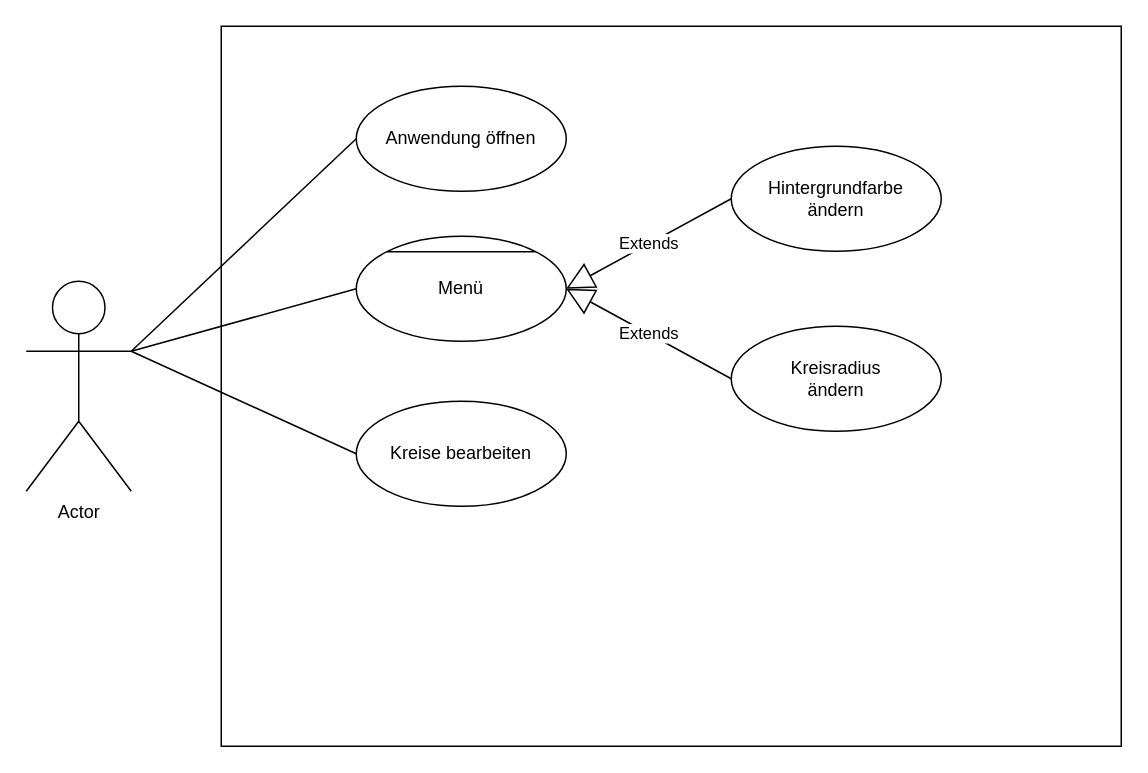
Before: UseCase.drawio in MandyMINF/JavaAWT_Aufgabe2_ST, a draw.io diagram. Source tidied: cells renumbered, new cells numbered last; positions are measured from the earlier drawing's top-left corner, leaving out a move shared by most shapes. Both pictures are drawn from the tidied source at 150%, with x=0, y=0 at pixel (26, 26).
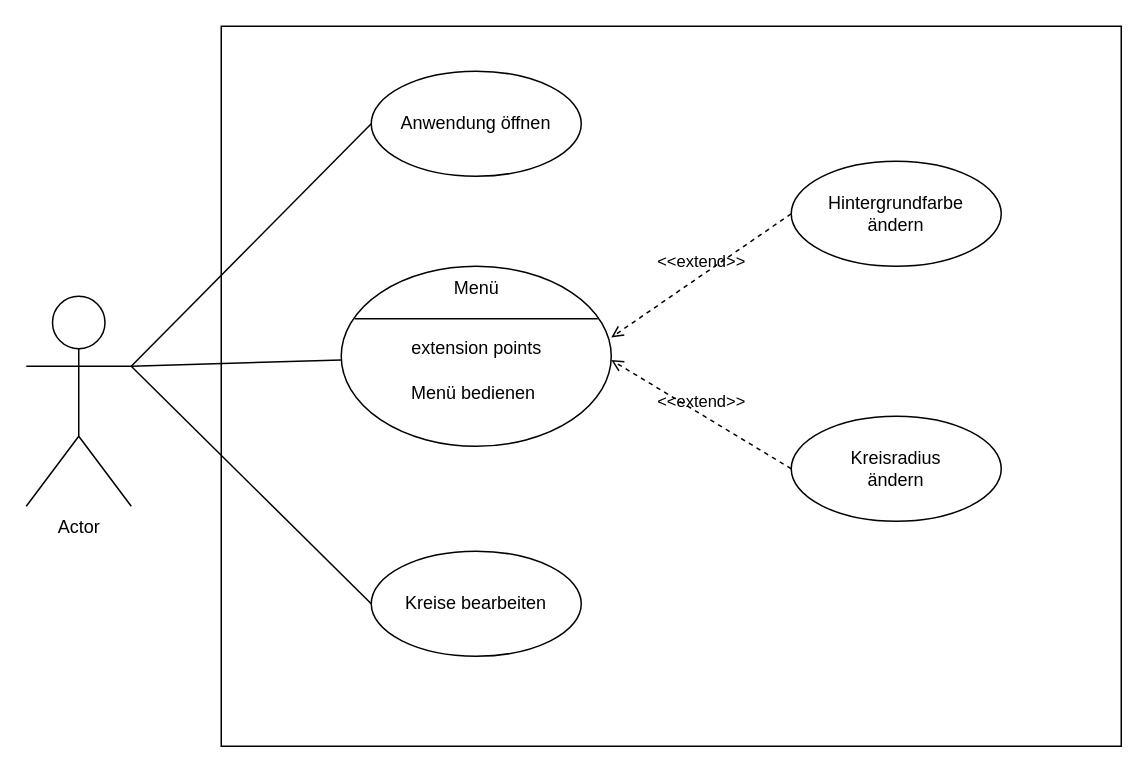
Above is the later version.

Change to the diagram source:
```diff
@@
 <mxGraphModel>
   <root>
     <mxCell id="0" />
     <mxCell id="1" parent="0" />
     <mxCell id="2" style="rounded=0;whiteSpace=wrap;html=1;" parent="1" vertex="1">
       <mxGeometry x="130" width="600" height="480" as="geometry" />
     </mxCell>
     <mxCell id="3" value="Actor" style="shape=umlActor;verticalLabelPosition=bottom;verticalAlign=top;html=1;" parent="1" vertex="1">
-      <mxGeometry y="170" width="70" height="140" as="geometry" />
+      <mxGeometry y="180" width="70" height="140" as="geometry" />
     </mxCell>
     <mxCell id="4" value="Anwendung öffnen" style="ellipse;whiteSpace=wrap;html=1;" parent="1" vertex="1">
-      <mxGeometry x="220" y="40" width="140" height="70" as="geometry" />
+      <mxGeometry x="230" y="30" width="140" height="70" as="geometry" />
     </mxCell>
-    <mxCell id="5" value="Menü" style="ellipse;whiteSpace=wrap;html=1;" parent="1" vertex="1">
-      <mxGeometry x="220" y="140" width="140" height="70" as="geometry" />
-    </mxCell>
     <mxCell id="6" value="&lt;div&gt;Hintergrundfarbe &lt;br&gt;&lt;/div&gt;&lt;div&gt;ändern&lt;/div&gt;" style="ellipse;whiteSpace=wrap;html=1;" parent="1" vertex="1">
-      <mxGeometry x="470" y="80" width="140" height="70" as="geometry" />
+      <mxGeometry x="510" y="90" width="140" height="70" as="geometry" />
     </mxCell>
     <mxCell id="7" value="&lt;div&gt;Kreisradius &lt;br&gt;&lt;/div&gt;&lt;div&gt;ändern&lt;/div&gt;" style="ellipse;whiteSpace=wrap;html=1;" parent="1" vertex="1">
-      <mxGeometry x="470" y="200" width="140" height="70" as="geometry" />
+      <mxGeometry x="510" y="260" width="140" height="70" as="geometry" />
     </mxCell>
-    <mxCell id="8" style="endArrow=none;html=1;rounded=0;entryX=1;entryY=0;entryDx=0;entryDy=0;exitX=0;exitY=0;exitDx=0;exitDy=0;" parent="1" edge="1" source="5" target="5">
-      <mxGeometry relative="1" as="geometry" />
-    </mxCell>
     <mxCell id="9" value="Kreise bearbeiten" style="ellipse;whiteSpace=wrap;html=1;" parent="1" vertex="1">
-      <mxGeometry x="220" y="250" width="140" height="70" as="geometry" />
+      <mxGeometry x="230" y="350" width="140" height="70" as="geometry" />
     </mxCell>
-    <mxCell id="10" value="Extends" style="endArrow=block;endSize=16;endFill=0;html=1;rounded=0;exitX=0;exitY=0.5;exitDx=0;exitDy=0;entryX=1;entryY=0.5;entryDx=0;entryDy=0;" parent="1" edge="1" source="7" target="5">
-      <mxGeometry relative="1" as="geometry" />
-    </mxCell>
-    <mxCell id="11" value="Extends" style="endArrow=block;endSize=16;endFill=0;html=1;rounded=0;exitX=0;exitY=0.5;exitDx=0;exitDy=0;entryX=1;entryY=0.5;entryDx=0;entryDy=0;" parent="1" edge="1" source="6" target="5">
-      <mxGeometry relative="1" as="geometry" />
-    </mxCell>
     <mxCell id="12" style="endArrow=none;html=1;rounded=0;exitX=1;exitY=0.3333333333333333;exitDx=0;exitDy=0;exitPerimeter=0;entryX=0;entryY=0.5;entryDx=0;entryDy=0;" parent="1" edge="1" source="3" target="4">
       <mxGeometry relative="1" as="geometry" />
     </mxCell>
-    <mxCell id="13" style="endArrow=none;html=1;rounded=0;exitX=1;exitY=0.3333333333333333;exitDx=0;exitDy=0;exitPerimeter=0;entryX=0;entryY=0.5;entryDx=0;entryDy=0;" parent="1" edge="1" source="3" target="5">
+    <mxCell id="13" style="endArrow=none;html=1;rounded=0;exitX=1;exitY=0.3333333333333333;exitDx=0;exitDy=0;exitPerimeter=0;entryX=0;entryY=0.75;entryDx=0;entryDy=0;" parent="1" edge="1" source="3" target="19">
       <mxGeometry relative="1" as="geometry" />
     </mxCell>
     <mxCell id="14" style="endArrow=none;html=1;rounded=0;exitX=1;exitY=0.3333333333333333;exitDx=0;exitDy=0;exitPerimeter=0;entryX=0;entryY=0.5;entryDx=0;entryDy=0;" parent="1" edge="1" source="3" target="9">
       <mxGeometry relative="1" as="geometry" />
     </mxCell>
+    <mxCell id="15" value="&amp;lt;&amp;lt;extend&amp;gt;&amp;gt;" style="html=1;verticalAlign=bottom;labelBackgroundColor=none;endArrow=open;endFill=0;dashed=1;rounded=0;entryX=1;entryY=0.75;entryDx=0;entryDy=0;exitX=0;exitY=0.5;exitDx=0;exitDy=0;" parent="1" edge="1" source="7" target="19">
+      <mxGeometry relative="1" as="geometry" />
+    </mxCell>
+    <mxCell id="16" value="&amp;lt;&amp;lt;extend&amp;gt;&amp;gt;" style="html=1;verticalAlign=bottom;labelBackgroundColor=none;endArrow=open;endFill=0;dashed=1;rounded=0;exitX=0;exitY=0.5;exitDx=0;exitDy=0;entryX=1;entryY=0.25;entryDx=0;entryDy=0;" parent="1" edge="1" source="6" target="19">
+      <mxGeometry relative="1" as="geometry" />
+    </mxCell>
+    <mxCell id="17" style="shape=ellipse;horizontal=1;html=1;dashed=0;" parent="1" vertex="1">
+      <mxGeometry x="210" y="160" width="180" height="120" as="geometry" />
+    </mxCell>
+    <mxCell id="5" value="Menü" style="html=1;strokeColor=none;fillColor=none;align=center;verticalAlign=middle;" parent="17" vertex="1">
+      <mxGeometry width="180" height="30" as="geometry" />
+    </mxCell>
+    <mxCell id="18" style="line;strokeWidth=1;fillColor=none;labelPosition=right;dashed=0;" parent="17" vertex="1">
+      <mxGeometry x="9" y="30" width="162" height="10" as="geometry" />
+    </mxCell>
+    <mxCell id="19" value="extension points" style="text;html=1;align=center;verticalAlign=middle;fillColor=none;strokeColor=none;" parent="17" vertex="1">
+      <mxGeometry y="40" width="180" height="30" as="geometry" />
+    </mxCell>
+    <mxCell id="20" value="&lt;div&gt;Menü bedienen&lt;/div&gt;" style="text;html=1;align=left;verticalAlign=middle;spacingLeft=25;fillColor=none;strokeColor=none;" parent="17" vertex="1">
+      <mxGeometry x="20" y="70" width="180" height="30" as="geometry" />
+    </mxCell>
+    <mxCell id="21" style="edgeStyle=orthogonalEdgeStyle;rounded=0;orthogonalLoop=1;jettySize=auto;html=1;exitX=0.5;exitY=1;exitDx=0;exitDy=0;" parent="17" edge="1" source="20" target="20">
+      <mxGeometry relative="1" as="geometry" />
+    </mxCell>
   </root>
 </mxGraphModel>
```
